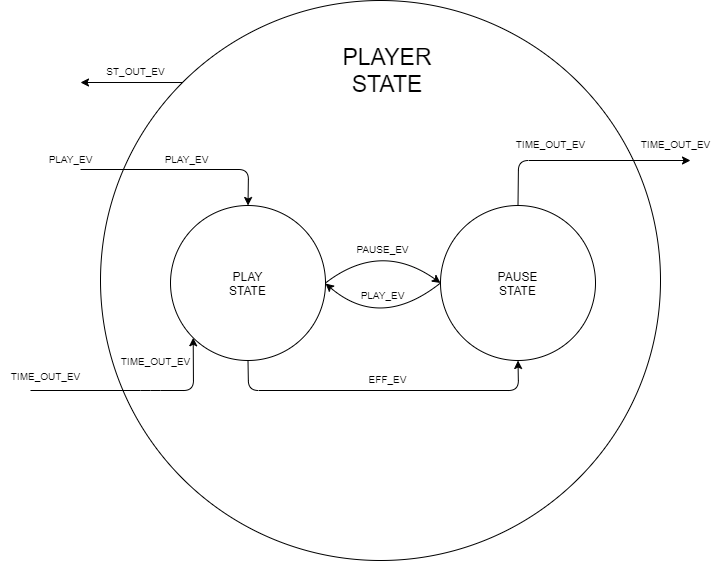
The draw.io diagram docs/player_fsm.png in Labo-Microprocesadores/MP3_Player, before a commit. Source tidied: cells renumbered, new cells last; positions are measured from the earlier drawing's top-left corner, leaving out a move shared by most shapes.
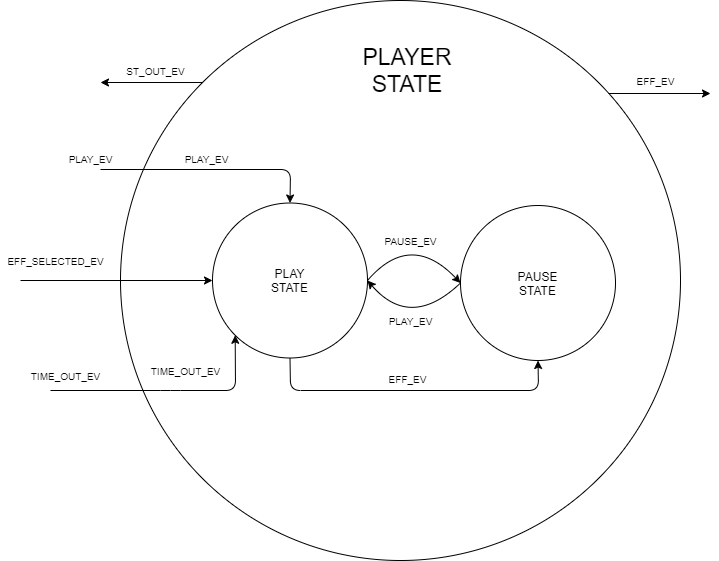
After the commit.

What changed in the source:
```diff
@@ -9,7 +9,7 @@
       <mxGeometry x="367" y="60" width="40" height="20" as="geometry" />
     </mxCell>
     <mxCell id="4" value="PLAY&lt;br&gt;STATE" style="ellipse;whiteSpace=wrap;html=1;" parent="1" vertex="1">
-      <mxGeometry x="170" y="205" width="155" height="155" as="geometry" />
+      <mxGeometry x="192" y="202.5" width="155" height="155" as="geometry" />
     </mxCell>
     <mxCell id="5" value="PAUSE&lt;br&gt;STATE" style="ellipse;whiteSpace=wrap;html=1;" parent="1" vertex="1">
       <mxGeometry x="440" y="205" width="155" height="155" as="geometry" />
@@ -25,28 +25,27 @@
     <mxCell id="8" style="curved=1;endArrow=classic;html=1;exitX=1;exitY=0.5;exitDx=0;exitDy=0;entryX=0;entryY=0.5;entryDx=0;entryDy=0;" parent="1" edge="1" source="4" target="5">
       <mxGeometry relative="1" as="geometry">
         <Array as="points">
-          <mxPoint x="380" y="240" />
+          <mxPoint x="390" y="230" />
         </Array>
       </mxGeometry>
     </mxCell>
-    <mxCell id="9" style="curved=1;endArrow=classic;html=1;exitX=0;exitY=0.5;exitDx=0;exitDy=0;" parent="1" edge="1" source="5">
+    <mxCell id="9" style="curved=1;endArrow=classic;html=1;exitX=0;exitY=0.5;exitDx=0;exitDy=0;entryX=1;entryY=0.5;entryDx=0;entryDy=0;" parent="1" edge="1" source="5" target="4">
       <mxGeometry relative="1" as="geometry">
-        <mxPoint x="325" y="283" as="targetPoint" />
         <Array as="points">
-          <mxPoint x="380" y="330" />
+          <mxPoint x="390" y="330" />
         </Array>
       </mxGeometry>
     </mxCell>
     <mxCell id="10" value="&lt;span style=&quot;font-size: 10px&quot;&gt;PAUSE_EV&lt;/span&gt;" style="text;html=1;align=center;verticalAlign=middle;" parent="1" vertex="1">
-      <mxGeometry x="347" y="238" width="70" height="20" as="geometry" />
+      <mxGeometry x="355" y="230" width="70" height="20" as="geometry" />
     </mxCell>
     <mxCell id="11" value="&lt;span style=&quot;font-size: 10px&quot;&gt;PLAY_EV&lt;/span&gt;" style="text;html=1;align=center;verticalAlign=middle;" parent="1" vertex="1">
-      <mxGeometry x="352" y="284" width="60" height="20" as="geometry" />
+      <mxGeometry x="360" y="310" width="60" height="20" as="geometry" />
     </mxCell>
     <mxCell id="12" style="endArrow=classic;html=1;exitX=0.5;exitY=1;exitDx=0;exitDy=0;entryX=0.5;entryY=1;entryDx=0;entryDy=0;" parent="1" edge="1" source="4" target="5">
       <mxGeometry relative="1" as="geometry">
         <Array as="points">
-          <mxPoint x="248" y="390" />
+          <mxPoint x="270" y="390" />
           <mxPoint x="518" y="390" />
         </Array>
       </mxGeometry>
@@ -58,36 +57,22 @@
       <mxGeometry relative="1" as="geometry">
         <mxPoint x="80" y="169" as="sourcePoint" />
         <Array as="points">
-          <mxPoint x="248" y="169" />
+          <mxPoint x="270" y="169" />
         </Array>
       </mxGeometry>
     </mxCell>
     <mxCell id="15" value="&lt;span style=&quot;font-size: 10px&quot;&gt;PLAY_EV&lt;/span&gt;" style="text;html=1;align=center;verticalAlign=middle;" parent="1" vertex="1">
       <mxGeometry x="156" y="148" width="60" height="20" as="geometry" />
     </mxCell>
-    <mxCell id="16" style="endArrow=classic;html=1;exitX=0.5;exitY=0;exitDx=0;exitDy=0;" parent="1" edge="1" source="5">
-      <mxGeometry relative="1" as="geometry">
-        <mxPoint x="690" y="160" as="targetPoint" />
-        <Array as="points">
-          <mxPoint x="518" y="160" />
-        </Array>
-      </mxGeometry>
-    </mxCell>
-    <mxCell id="17" value="&lt;span style=&quot;font-size: 10px&quot;&gt;TIME_OUT_EV&lt;/span&gt;" style="text;html=1;align=center;verticalAlign=middle;" parent="1" vertex="1">
-      <mxGeometry x="505" y="133" width="90" height="20" as="geometry" />
-    </mxCell>
     <mxCell id="18" value="&lt;span style=&quot;font-size: 10px&quot;&gt;PLAY_EV&lt;/span&gt;" style="text;html=1;align=center;verticalAlign=middle;" parent="1" vertex="1">
       <mxGeometry x="40" y="148" width="60" height="20" as="geometry" />
     </mxCell>
-    <mxCell id="19" value="&lt;span style=&quot;font-size: 10px&quot;&gt;TIME_OUT_EV&lt;/span&gt;" style="text;html=1;align=center;verticalAlign=middle;" parent="1" vertex="1">
-      <mxGeometry x="630" y="133" width="90" height="20" as="geometry" />
-    </mxCell>
     <mxCell id="20" style="endArrow=classic;html=1;entryX=0;entryY=1;entryDx=0;entryDy=0;" parent="1" edge="1" target="4">
       <mxGeometry relative="1" as="geometry">
         <mxPoint x="30" y="390" as="sourcePoint" />
         <Array as="points">
           <mxPoint x="150" y="390" />
-          <mxPoint x="193" y="390" />
+          <mxPoint x="215" y="390" />
         </Array>
       </mxGeometry>
     </mxCell>
@@ -95,7 +80,24 @@
       <mxGeometry y="365" width="90" height="20" as="geometry" />
     </mxCell>
     <mxCell id="22" value="&lt;span style=&quot;font-size: 10px&quot;&gt;TIME_OUT_EV&lt;/span&gt;" style="text;html=1;align=center;verticalAlign=middle;" parent="1" vertex="1">
-      <mxGeometry x="110" y="350" width="90" height="20" as="geometry" />
+      <mxGeometry x="120" y="360" width="90" height="20" as="geometry" />
     </mxCell>
+    <mxCell id="23" style="endArrow=classic;html=1;" parent="1" edge="1">
+      <mxGeometry relative="1" as="geometry">
+        <mxPoint x="588" y="93" as="sourcePoint" />
+        <mxPoint x="690" y="93" as="targetPoint" />
+      </mxGeometry>
+    </mxCell>
+    <mxCell id="24" value="&lt;span style=&quot;font-size: 10px&quot;&gt;EFF_EV&lt;/span&gt;" style="text;html=1;align=center;verticalAlign=middle;" parent="1" vertex="1">
+      <mxGeometry x="610" y="70" width="50" height="20" as="geometry" />
+    </mxCell>
+    <mxCell id="25" style="endArrow=classic;html=1;entryX=0;entryY=0.5;entryDx=0;entryDy=0;" parent="1" edge="1" target="4">
+      <mxGeometry relative="1" as="geometry">
+        <mxPoint y="280" as="sourcePoint" />
+      </mxGeometry>
+    </mxCell>
+    <mxCell id="26" value="&lt;span style=&quot;font-size: 10px&quot;&gt;EFF_SELECTED_EV&lt;/span&gt;" style="text;html=1;align=center;verticalAlign=middle;" parent="1" vertex="1">
+      <mxGeometry x="-20" y="250" width="110" height="20" as="geometry" />
+    </mxCell>
   </root>
 </mxGraphModel>
```
